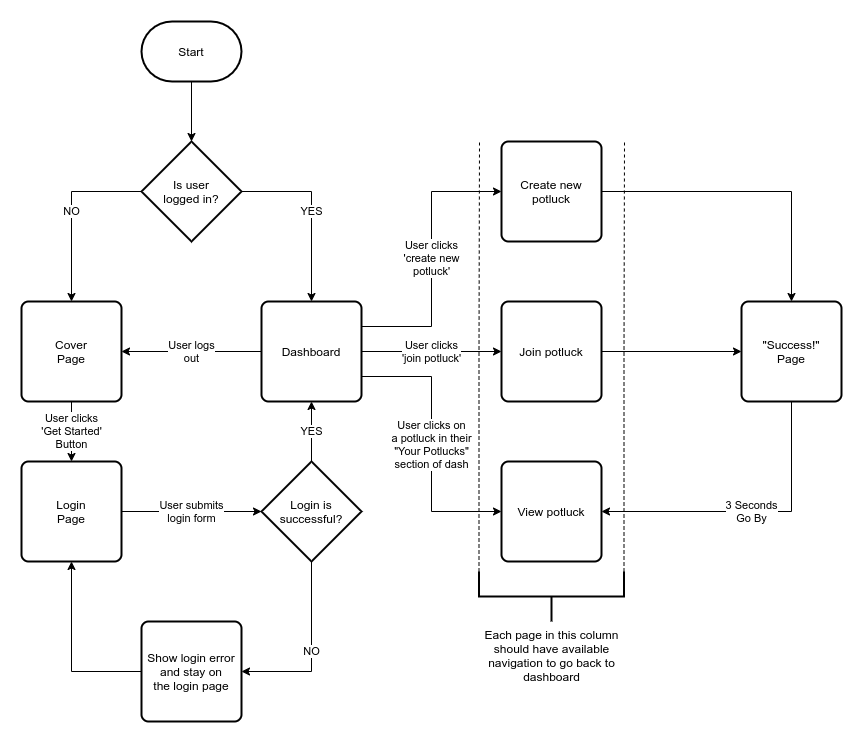
The draw.io diagram src/references/potluck-planner-state-flowchart.drawio.png in minasoha/front-end, before a commit. Source tidied: cells renumbered, new cells last; positions are measured from the earlier drawing's top-left corner, leaving out a move shared by most shapes. The source it was exported from:
```xml
<mxGraphModel>
  <root>
    <mxCell id="0" />
    <mxCell id="1" parent="0" />
    <mxCell id="2" value="NO" style="edgeStyle=orthogonalEdgeStyle;rounded=0;jettySize=auto;html=1;exitX=0;exitY=0.5;exitDx=0;exitDy=0;exitPerimeter=0;entryX=0.5;entryY=0;entryDx=0;entryDy=0;" parent="1" edge="1" source="8" target="6">
      <mxGeometry relative="1" as="geometry" />
    </mxCell>
    <mxCell id="3" value="User submits&lt;br&gt;login form" style="edgeStyle=orthogonalEdgeStyle;rounded=0;jettySize=auto;html=1;exitX=1;exitY=0.5;exitDx=0;exitDy=0;" parent="1" edge="1" source="4" target="13">
      <mxGeometry relative="1" as="geometry" />
    </mxCell>
    <mxCell id="4" value="Login&lt;br&gt;Page" style="rounded=1;whiteSpace=wrap;html=1;absoluteArcSize=1;arcSize=14;strokeWidth=2;" parent="1" vertex="1">
      <mxGeometry y="440" width="100" height="100" as="geometry" />
    </mxCell>
    <mxCell id="5" value="User clicks&lt;br&gt;'Get Started'&lt;br&gt;Button" style="edgeStyle=orthogonalEdgeStyle;rounded=0;jettySize=auto;html=1;exitX=0.5;exitY=1;exitDx=0;exitDy=0;entryX=0.5;entryY=0;entryDx=0;entryDy=0;" parent="1" edge="1" source="6" target="4">
      <mxGeometry relative="1" as="geometry" />
    </mxCell>
    <mxCell id="6" value="Cover&lt;br&gt;Page" style="rounded=1;whiteSpace=wrap;html=1;absoluteArcSize=1;arcSize=14;strokeWidth=2;" parent="1" vertex="1">
      <mxGeometry y="280" width="100" height="100" as="geometry" />
    </mxCell>
    <mxCell id="7" value="YES" style="edgeStyle=orthogonalEdgeStyle;rounded=0;jettySize=auto;html=1;exitX=1;exitY=0.5;exitDx=0;exitDy=0;exitPerimeter=0;entryX=0.5;entryY=0;entryDx=0;entryDy=0;" parent="1" edge="1" source="8" target="18">
      <mxGeometry relative="1" as="geometry" />
    </mxCell>
    <mxCell id="8" value="Is user&lt;br&gt;logged in?" style="strokeWidth=2;html=1;shape=mxgraph.flowchart.decision;whiteSpace=wrap;" parent="1" vertex="1">
      <mxGeometry x="120" y="120" width="100" height="100" as="geometry" />
    </mxCell>
    <mxCell id="9" style="edgeStyle=orthogonalEdgeStyle;rounded=0;jettySize=auto;html=1;exitX=0.5;exitY=1;exitDx=0;exitDy=0;exitPerimeter=0;entryX=0.5;entryY=0;entryDx=0;entryDy=0;entryPerimeter=0;" parent="1" edge="1" source="10" target="8">
      <mxGeometry relative="1" as="geometry" />
    </mxCell>
    <mxCell id="10" value="Start" style="strokeWidth=2;html=1;shape=mxgraph.flowchart.terminator;whiteSpace=wrap;" parent="1" vertex="1">
      <mxGeometry x="120" width="100" height="60" as="geometry" />
    </mxCell>
    <mxCell id="11" value="NO" style="edgeStyle=orthogonalEdgeStyle;rounded=0;jettySize=auto;html=1;exitX=0.5;exitY=1;exitDx=0;exitDy=0;exitPerimeter=0;entryX=1;entryY=0.5;entryDx=0;entryDy=0;" parent="1" edge="1" source="13" target="25">
      <mxGeometry relative="1" as="geometry" />
    </mxCell>
    <mxCell id="12" value="YES" style="edgeStyle=orthogonalEdgeStyle;rounded=0;jettySize=auto;html=1;exitX=0.5;exitY=0;exitDx=0;exitDy=0;exitPerimeter=0;entryX=0.5;entryY=1;entryDx=0;entryDy=0;" parent="1" edge="1" source="13" target="18">
      <mxGeometry relative="1" as="geometry" />
    </mxCell>
    <mxCell id="13" value="Login is&lt;br&gt;successful?" style="strokeWidth=2;html=1;shape=mxgraph.flowchart.decision;whiteSpace=wrap;" parent="1" vertex="1">
      <mxGeometry x="240" y="440" width="100" height="100" as="geometry" />
    </mxCell>
    <mxCell id="14" value="User logs&lt;br&gt;out" style="edgeStyle=orthogonalEdgeStyle;rounded=0;jettySize=auto;html=1;entryX=1;entryY=0.5;entryDx=0;entryDy=0;exitX=0;exitY=0.5;exitDx=0;exitDy=0;" parent="1" edge="1" source="18" target="6">
      <mxGeometry relative="1" as="geometry" />
    </mxCell>
    <mxCell id="15" value="User clicks&lt;br&gt;'join potluck'" style="edgeStyle=orthogonalEdgeStyle;rounded=0;jettySize=auto;html=1;exitX=1;exitY=0.5;exitDx=0;exitDy=0;entryX=0;entryY=0.5;entryDx=0;entryDy=0;" parent="1" edge="1" source="18" target="23">
      <mxGeometry relative="1" as="geometry" />
    </mxCell>
    <mxCell id="16" value="User clicks&lt;br&gt;'create new&lt;br&gt;potluck'" style="edgeStyle=orthogonalEdgeStyle;rounded=0;jettySize=auto;html=1;exitX=1;exitY=0.25;exitDx=0;exitDy=0;entryX=0;entryY=0.5;entryDx=0;entryDy=0;" parent="1" edge="1" source="18" target="20">
      <mxGeometry relative="1" as="geometry" />
    </mxCell>
    <mxCell id="17" value="User clicks on&lt;br&gt;a potluck in their&lt;br&gt;&quot;Your Potlucks&quot;&lt;br&gt;section of dash" style="edgeStyle=orthogonalEdgeStyle;rounded=0;jettySize=auto;html=1;exitX=1;exitY=0.75;exitDx=0;exitDy=0;entryX=0;entryY=0.5;entryDx=0;entryDy=0;" parent="1" edge="1" source="18" target="21">
      <mxGeometry relative="1" as="geometry" />
    </mxCell>
    <mxCell id="18" value="Dashboard" style="rounded=1;whiteSpace=wrap;html=1;absoluteArcSize=1;arcSize=14;strokeWidth=2;" parent="1" vertex="1">
      <mxGeometry x="240" y="280" width="100" height="100" as="geometry" />
    </mxCell>
    <mxCell id="19" style="edgeStyle=orthogonalEdgeStyle;rounded=0;jettySize=auto;html=1;exitX=1;exitY=0.5;exitDx=0;exitDy=0;entryX=0.5;entryY=0;entryDx=0;entryDy=0;" parent="1" edge="1" source="20" target="27">
      <mxGeometry relative="1" as="geometry" />
    </mxCell>
    <mxCell id="20" value="Create new&lt;br&gt;potluck" style="rounded=1;whiteSpace=wrap;html=1;absoluteArcSize=1;arcSize=14;strokeWidth=2;" parent="1" vertex="1">
      <mxGeometry x="480" y="120" width="100" height="100" as="geometry" />
    </mxCell>
    <mxCell id="21" value="View potluck" style="rounded=1;whiteSpace=wrap;html=1;absoluteArcSize=1;arcSize=14;strokeWidth=2;" parent="1" vertex="1">
      <mxGeometry x="480" y="440" width="100" height="100" as="geometry" />
    </mxCell>
    <mxCell id="22" style="edgeStyle=orthogonalEdgeStyle;rounded=0;jettySize=auto;html=1;exitX=1;exitY=0.5;exitDx=0;exitDy=0;entryX=0;entryY=0.5;entryDx=0;entryDy=0;" parent="1" edge="1" source="23" target="27">
      <mxGeometry relative="1" as="geometry" />
    </mxCell>
    <mxCell id="23" value="Join potluck" style="rounded=1;whiteSpace=wrap;html=1;absoluteArcSize=1;arcSize=14;strokeWidth=2;" parent="1" vertex="1">
      <mxGeometry x="480" y="280" width="100" height="100" as="geometry" />
    </mxCell>
    <mxCell id="24" style="edgeStyle=orthogonalEdgeStyle;rounded=0;jettySize=auto;html=1;exitX=0;exitY=0.5;exitDx=0;exitDy=0;entryX=0.5;entryY=1;entryDx=0;entryDy=0;" parent="1" edge="1" source="25" target="4">
      <mxGeometry relative="1" as="geometry" />
    </mxCell>
    <mxCell id="25" value="Show login error&lt;br&gt;and stay on&lt;br&gt;the login page" style="rounded=1;whiteSpace=wrap;html=1;absoluteArcSize=1;arcSize=14;strokeWidth=2;" parent="1" vertex="1">
      <mxGeometry x="120" y="600" width="100" height="100" as="geometry" />
    </mxCell>
    <mxCell id="26" value="3 Seconds&lt;br&gt;Go By" style="edgeStyle=orthogonalEdgeStyle;rounded=0;jettySize=auto;html=1;entryX=1;entryY=0.5;entryDx=0;entryDy=0;exitX=0.5;exitY=1;exitDx=0;exitDy=0;" parent="1" edge="1" source="27" target="21">
      <mxGeometry relative="1" as="geometry" />
    </mxCell>
    <mxCell id="27" value="&quot;Success!&quot;&lt;br&gt;Page" style="rounded=1;whiteSpace=wrap;html=1;absoluteArcSize=1;arcSize=14;strokeWidth=2;" parent="1" vertex="1">
      <mxGeometry x="720" y="280" width="100" height="100" as="geometry" />
    </mxCell>
    <mxCell id="28" value="Each page in this column&lt;br&gt;should have available&lt;br&gt;navigation to go back to&lt;br&gt;dashboard" style="strokeWidth=2;html=1;shape=mxgraph.flowchart.annotation_2;align=center;labelPosition=center;direction=north;verticalLabelPosition=bottom;verticalAlign=top;rotation=0;" parent="1" vertex="1">
      <mxGeometry x="457.5" y="550" width="145" height="50" as="geometry" />
    </mxCell>
    <mxCell id="29" style="endArrow=none;dashed=1;html=1;rounded=0;edgeStyle=orthogonalEdgeStyle;exitX=1;exitY=0;exitDx=0;exitDy=0;exitPerimeter=0;" parent="1" edge="1" source="28">
      <mxGeometry relative="1" as="geometry">
        <mxPoint x="458" y="120" as="targetPoint" />
      </mxGeometry>
    </mxCell>
    <mxCell id="30" style="endArrow=none;dashed=1;html=1;rounded=0;edgeStyle=orthogonalEdgeStyle;exitX=1;exitY=1;exitDx=0;exitDy=0;exitPerimeter=0;" parent="1" edge="1" source="28">
      <mxGeometry relative="1" as="geometry">
        <mxPoint x="603" y="120" as="targetPoint" />
      </mxGeometry>
    </mxCell>
  </root>
</mxGraphModel>
```
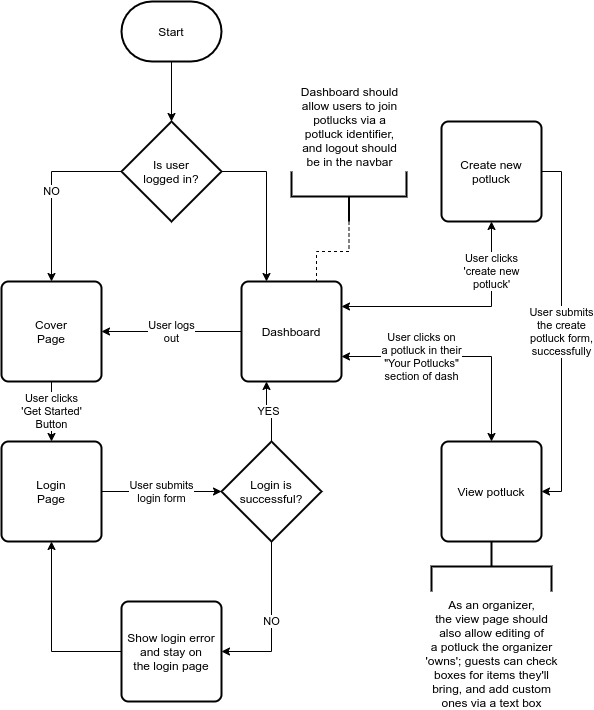
Above is the later version.

Commit message:
updated flowchart; started LoginForm tests; attempting separation of login API call from form; added global 'isLoggingIn' state

Change to the diagram source:
```diff
@@ -2,6 +2,9 @@
   <root>
     <mxCell id="0" />
     <mxCell id="1" parent="0" />
+    <mxCell id="31" style="edgeStyle=orthogonalEdgeStyle;rounded=0;jettySize=auto;html=1;exitX=0;exitY=0.5;exitDx=0;exitDy=0;exitPerimeter=0;entryX=0.75;entryY=0;entryDx=0;entryDy=0;strokeColor=default;dashed=1;endArrow=none;endFill=0;" parent="1" edge="1" source="33" target="18">
+      <mxGeometry relative="1" as="geometry" />
+    </mxCell>
     <mxCell id="2" value="NO" style="edgeStyle=orthogonalEdgeStyle;rounded=0;jettySize=auto;html=1;exitX=0;exitY=0.5;exitDx=0;exitDy=0;exitPerimeter=0;entryX=0.5;entryY=0;entryDx=0;entryDy=0;" parent="1" edge="1" source="8" target="6">
       <mxGeometry relative="1" as="geometry" />
     </mxCell>
@@ -17,7 +20,7 @@
     <mxCell id="6" value="Cover&lt;br&gt;Page" style="rounded=1;whiteSpace=wrap;html=1;absoluteArcSize=1;arcSize=14;strokeWidth=2;" parent="1" vertex="1">
       <mxGeometry y="280" width="100" height="100" as="geometry" />
     </mxCell>
-    <mxCell id="7" value="YES" style="edgeStyle=orthogonalEdgeStyle;rounded=0;jettySize=auto;html=1;exitX=1;exitY=0.5;exitDx=0;exitDy=0;exitPerimeter=0;entryX=0.5;entryY=0;entryDx=0;entryDy=0;" parent="1" edge="1" source="8" target="18">
+    <mxCell id="7" style="edgeStyle=orthogonalEdgeStyle;rounded=0;jettySize=auto;html=1;exitX=1;exitY=0.5;exitDx=0;exitDy=0;exitPerimeter=0;entryX=0.25;entryY=0;entryDx=0;entryDy=0;" parent="1" edge="1" source="8" target="18">
       <mxGeometry relative="1" as="geometry" />
     </mxCell>
     <mxCell id="8" value="Is user&lt;br&gt;logged in?" style="strokeWidth=2;html=1;shape=mxgraph.flowchart.decision;whiteSpace=wrap;" parent="1" vertex="1">
@@ -32,66 +35,44 @@
     <mxCell id="11" value="NO" style="edgeStyle=orthogonalEdgeStyle;rounded=0;jettySize=auto;html=1;exitX=0.5;exitY=1;exitDx=0;exitDy=0;exitPerimeter=0;entryX=1;entryY=0.5;entryDx=0;entryDy=0;" parent="1" edge="1" source="13" target="25">
       <mxGeometry relative="1" as="geometry" />
     </mxCell>
-    <mxCell id="12" value="YES" style="edgeStyle=orthogonalEdgeStyle;rounded=0;jettySize=auto;html=1;exitX=0.5;exitY=0;exitDx=0;exitDy=0;exitPerimeter=0;entryX=0.5;entryY=1;entryDx=0;entryDy=0;" parent="1" edge="1" source="13" target="18">
+    <mxCell id="12" value="YES" style="edgeStyle=orthogonalEdgeStyle;rounded=0;jettySize=auto;html=1;exitX=0.5;exitY=0;exitDx=0;exitDy=0;exitPerimeter=0;entryX=0.25;entryY=1;entryDx=0;entryDy=0;" parent="1" edge="1" source="13" target="18">
       <mxGeometry relative="1" as="geometry" />
     </mxCell>
     <mxCell id="13" value="Login is&lt;br&gt;successful?" style="strokeWidth=2;html=1;shape=mxgraph.flowchart.decision;whiteSpace=wrap;" parent="1" vertex="1">
-      <mxGeometry x="240" y="440" width="100" height="100" as="geometry" />
+      <mxGeometry x="220" y="440" width="100" height="100" as="geometry" />
     </mxCell>
     <mxCell id="14" value="User logs&lt;br&gt;out" style="edgeStyle=orthogonalEdgeStyle;rounded=0;jettySize=auto;html=1;entryX=1;entryY=0.5;entryDx=0;entryDy=0;exitX=0;exitY=0.5;exitDx=0;exitDy=0;" parent="1" edge="1" source="18" target="6">
       <mxGeometry relative="1" as="geometry" />
     </mxCell>
-    <mxCell id="15" value="User clicks&lt;br&gt;'join potluck'" style="edgeStyle=orthogonalEdgeStyle;rounded=0;jettySize=auto;html=1;exitX=1;exitY=0.5;exitDx=0;exitDy=0;entryX=0;entryY=0.5;entryDx=0;entryDy=0;" parent="1" edge="1" source="18" target="23">
-      <mxGeometry relative="1" as="geometry" />
-    </mxCell>
-    <mxCell id="16" value="User clicks&lt;br&gt;'create new&lt;br&gt;potluck'" style="edgeStyle=orthogonalEdgeStyle;rounded=0;jettySize=auto;html=1;exitX=1;exitY=0.25;exitDx=0;exitDy=0;entryX=0;entryY=0.5;entryDx=0;entryDy=0;" parent="1" edge="1" source="18" target="20">
-      <mxGeometry relative="1" as="geometry" />
+    <mxCell id="16" value="User clicks&lt;br&gt;'create new&lt;br&gt;potluck'" style="edgeStyle=orthogonalEdgeStyle;rounded=0;jettySize=auto;html=1;exitX=1;exitY=0.25;exitDx=0;exitDy=0;entryX=0.5;entryY=1;entryDx=0;entryDy=0;startArrow=classic;startFill=1;" parent="1" edge="1" source="18" target="20">
+      <mxGeometry x="0.57" relative="1" as="geometry" />
     </mxCell>
-    <mxCell id="17" value="User clicks on&lt;br&gt;a potluck in their&lt;br&gt;&quot;Your Potlucks&quot;&lt;br&gt;section of dash" style="edgeStyle=orthogonalEdgeStyle;rounded=0;jettySize=auto;html=1;exitX=1;exitY=0.75;exitDx=0;exitDy=0;entryX=0;entryY=0.5;entryDx=0;entryDy=0;" parent="1" edge="1" source="18" target="21">
-      <mxGeometry relative="1" as="geometry" />
+    <mxCell id="17" value="User clicks on&lt;br&gt;a potluck in their&lt;br&gt;&quot;Your Potlucks&quot;&lt;br&gt;section of dash" style="edgeStyle=orthogonalEdgeStyle;rounded=0;jettySize=auto;html=1;exitX=1;exitY=0.75;exitDx=0;exitDy=0;entryX=0.5;entryY=0;entryDx=0;entryDy=0;startArrow=classic;startFill=1;" parent="1" edge="1" source="18" target="21">
+      <mxGeometry x="-0.32" relative="1" as="geometry" />
     </mxCell>
     <mxCell id="18" value="Dashboard" style="rounded=1;whiteSpace=wrap;html=1;absoluteArcSize=1;arcSize=14;strokeWidth=2;" parent="1" vertex="1">
       <mxGeometry x="240" y="280" width="100" height="100" as="geometry" />
     </mxCell>
-    <mxCell id="19" style="edgeStyle=orthogonalEdgeStyle;rounded=0;jettySize=auto;html=1;exitX=1;exitY=0.5;exitDx=0;exitDy=0;entryX=0.5;entryY=0;entryDx=0;entryDy=0;" parent="1" edge="1" source="20" target="27">
-      <mxGeometry relative="1" as="geometry" />
-    </mxCell>
+    <mxCell id="32" value="User submits&lt;br&gt;the create&lt;br&gt;potluck form,&lt;br&gt;successfully" style="edgeStyle=orthogonalEdgeStyle;rounded=0;jettySize=auto;html=1;exitX=1;exitY=0.5;exitDx=0;exitDy=0;endArrow=classic;endFill=1;strokeColor=default;entryX=1;entryY=0.5;entryDx=0;entryDy=0;" parent="1" edge="1" source="20" target="21">
+      <mxGeometry relative="1" as="geometry" />
+    </mxCell>
     <mxCell id="20" value="Create new&lt;br&gt;potluck" style="rounded=1;whiteSpace=wrap;html=1;absoluteArcSize=1;arcSize=14;strokeWidth=2;" parent="1" vertex="1">
-      <mxGeometry x="480" y="120" width="100" height="100" as="geometry" />
+      <mxGeometry x="440" y="120" width="100" height="100" as="geometry" />
     </mxCell>
     <mxCell id="21" value="View potluck" style="rounded=1;whiteSpace=wrap;html=1;absoluteArcSize=1;arcSize=14;strokeWidth=2;" parent="1" vertex="1">
-      <mxGeometry x="480" y="440" width="100" height="100" as="geometry" />
+      <mxGeometry x="440" y="440" width="100" height="100" as="geometry" />
     </mxCell>
-    <mxCell id="22" style="edgeStyle=orthogonalEdgeStyle;rounded=0;jettySize=auto;html=1;exitX=1;exitY=0.5;exitDx=0;exitDy=0;entryX=0;entryY=0.5;entryDx=0;entryDy=0;" parent="1" edge="1" source="23" target="27">
-      <mxGeometry relative="1" as="geometry" />
-    </mxCell>
-    <mxCell id="23" value="Join potluck" style="rounded=1;whiteSpace=wrap;html=1;absoluteArcSize=1;arcSize=14;strokeWidth=2;" parent="1" vertex="1">
-      <mxGeometry x="480" y="280" width="100" height="100" as="geometry" />
-    </mxCell>
     <mxCell id="24" style="edgeStyle=orthogonalEdgeStyle;rounded=0;jettySize=auto;html=1;exitX=0;exitY=0.5;exitDx=0;exitDy=0;entryX=0.5;entryY=1;entryDx=0;entryDy=0;" parent="1" edge="1" source="25" target="4">
       <mxGeometry relative="1" as="geometry" />
     </mxCell>
     <mxCell id="25" value="Show login error&lt;br&gt;and stay on&lt;br&gt;the login page" style="rounded=1;whiteSpace=wrap;html=1;absoluteArcSize=1;arcSize=14;strokeWidth=2;" parent="1" vertex="1">
       <mxGeometry x="120" y="600" width="100" height="100" as="geometry" />
     </mxCell>
-    <mxCell id="26" value="3 Seconds&lt;br&gt;Go By" style="edgeStyle=orthogonalEdgeStyle;rounded=0;jettySize=auto;html=1;entryX=1;entryY=0.5;entryDx=0;entryDy=0;exitX=0.5;exitY=1;exitDx=0;exitDy=0;" parent="1" edge="1" source="27" target="21">
-      <mxGeometry relative="1" as="geometry" />
-    </mxCell>
-    <mxCell id="27" value="&quot;Success!&quot;&lt;br&gt;Page" style="rounded=1;whiteSpace=wrap;html=1;absoluteArcSize=1;arcSize=14;strokeWidth=2;" parent="1" vertex="1">
-      <mxGeometry x="720" y="280" width="100" height="100" as="geometry" />
-    </mxCell>
-    <mxCell id="28" value="Each page in this column&lt;br&gt;should have available&lt;br&gt;navigation to go back to&lt;br&gt;dashboard" style="strokeWidth=2;html=1;shape=mxgraph.flowchart.annotation_2;align=center;labelPosition=center;direction=north;verticalLabelPosition=bottom;verticalAlign=top;rotation=0;" parent="1" vertex="1">
-      <mxGeometry x="457.5" y="550" width="145" height="50" as="geometry" />
-    </mxCell>
-    <mxCell id="29" style="endArrow=none;dashed=1;html=1;rounded=0;edgeStyle=orthogonalEdgeStyle;exitX=1;exitY=0;exitDx=0;exitDy=0;exitPerimeter=0;" parent="1" edge="1" source="28">
-      <mxGeometry relative="1" as="geometry">
-        <mxPoint x="458" y="120" as="targetPoint" />
-      </mxGeometry>
-    </mxCell>
-    <mxCell id="30" style="endArrow=none;dashed=1;html=1;rounded=0;edgeStyle=orthogonalEdgeStyle;exitX=1;exitY=1;exitDx=0;exitDy=0;exitPerimeter=0;" parent="1" edge="1" source="28">
-      <mxGeometry relative="1" as="geometry">
-        <mxPoint x="603" y="120" as="targetPoint" />
-      </mxGeometry>
-    </mxCell>
+    <mxCell id="33" value="Dashboard should&lt;br&gt;allow users to join&lt;br&gt;potlucks via a&lt;br&gt;potluck identifier,&lt;br&gt;and logout should&lt;br&gt;be in the navbar" style="strokeWidth=2;html=1;shape=mxgraph.flowchart.annotation_2;align=center;labelPosition=center;direction=north;verticalLabelPosition=top;verticalAlign=bottom;" parent="1" vertex="1">
+      <mxGeometry x="290" y="170" width="115" height="50" as="geometry" />
+    </mxCell>
+    <mxCell id="34" value="As an organizer,&lt;br&gt;the view page should&lt;br&gt;also allow editing of&lt;br&gt;a potluck the organizer&lt;br&gt;'owns'; guests can check&lt;br&gt;boxes for items they'll&lt;br&gt;bring, and add custom&lt;br&gt;ones via a text box" style="strokeWidth=2;html=1;shape=mxgraph.flowchart.annotation_2;align=center;labelPosition=center;direction=south;verticalLabelPosition=bottom;verticalAlign=top;" parent="1" vertex="1">
+      <mxGeometry x="430" y="540" width="120" height="50" as="geometry" />
+    </mxCell>
   </root>
 </mxGraphModel>
```
